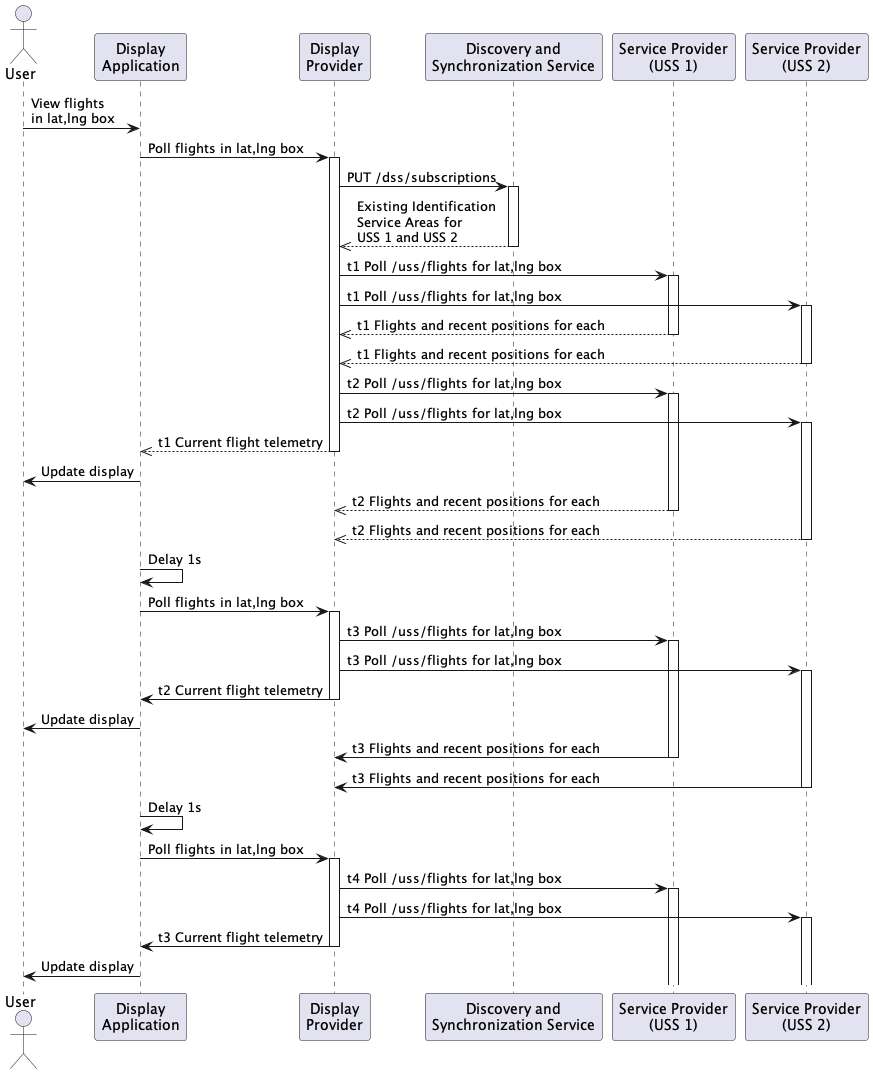
interuss/dss keeps this PlantUML diagram as assets/generated/rid_display.png. Above is the earlier version. Its diagram source:
```plantuml
@startuml
actor User
participant "Display\nApplication" as DA
participant "Display\nProvider" as DP
participant "Discovery and\nSynchronization Service" as DSS
participant "Service Provider\n(USS 1)" as SP1
participant "Service Provider\n(USS 2)" as SP2
User -> DA : View flights\nin lat,lng box

DA -> DP : Poll flights in lat,lng box
activate DP
DP -> DSS : PUT /dss/subscriptions
activate DSS
DSS -->> DP : Existing Identification\nService Areas for\nUSS 1 and USS 2
deactivate DSS

DP -> SP1 : t1 Poll /uss/flights for lat,lng box
activate SP1
DP -> SP2 : t1 Poll /uss/flights for lat,lng box
activate SP2
SP1 -->> DP : t1 Flights and recent positions for each
deactivate SP1
SP2 -->> DP : t1 Flights and recent positions for each
deactivate SP2

DP -> SP1 : t2 Poll /uss/flights for lat,lng box
activate SP1
DP -> SP2 : t2 Poll /uss/flights for lat,lng box
activate SP2
DP -->> DA : t1 Current flight telemetry
deactivate DP

DA -> User : Update display

SP1 -->> DP : t2 Flights and recent positions for each
deactivate SP1
SP2 -->> DP : t2 Flights and recent positions for each
deactivate SP2

DA -> DA : Delay 1s

DA -> DP : Poll flights in lat,lng box
activate DP
DP -> SP1 : t3 Poll /uss/flights for lat,lng box
activate SP1
DP -> SP2 : t3 Poll /uss/flights for lat,lng box
activate SP2
DP -> DA : t2 Current flight telemetry
deactivate DP

DA -> User : Update display

SP1 -> DP : t3 Flights and recent positions for each
deactivate SP1
SP2 -> DP : t3 Flights and recent positions for each
deactivate SP2

DA -> DA : Delay 1s
DA -> DP : Poll flights in lat,lng box
activate DP
DP -> SP1 : t4 Poll /uss/flights for lat,lng box
activate SP1
DP -> SP2 : t4 Poll /uss/flights for lat,lng box
activate SP2
DP -> DA : t3 Current flight telemetry
deactivate DP

DA -> User : Update display
@enduml
```
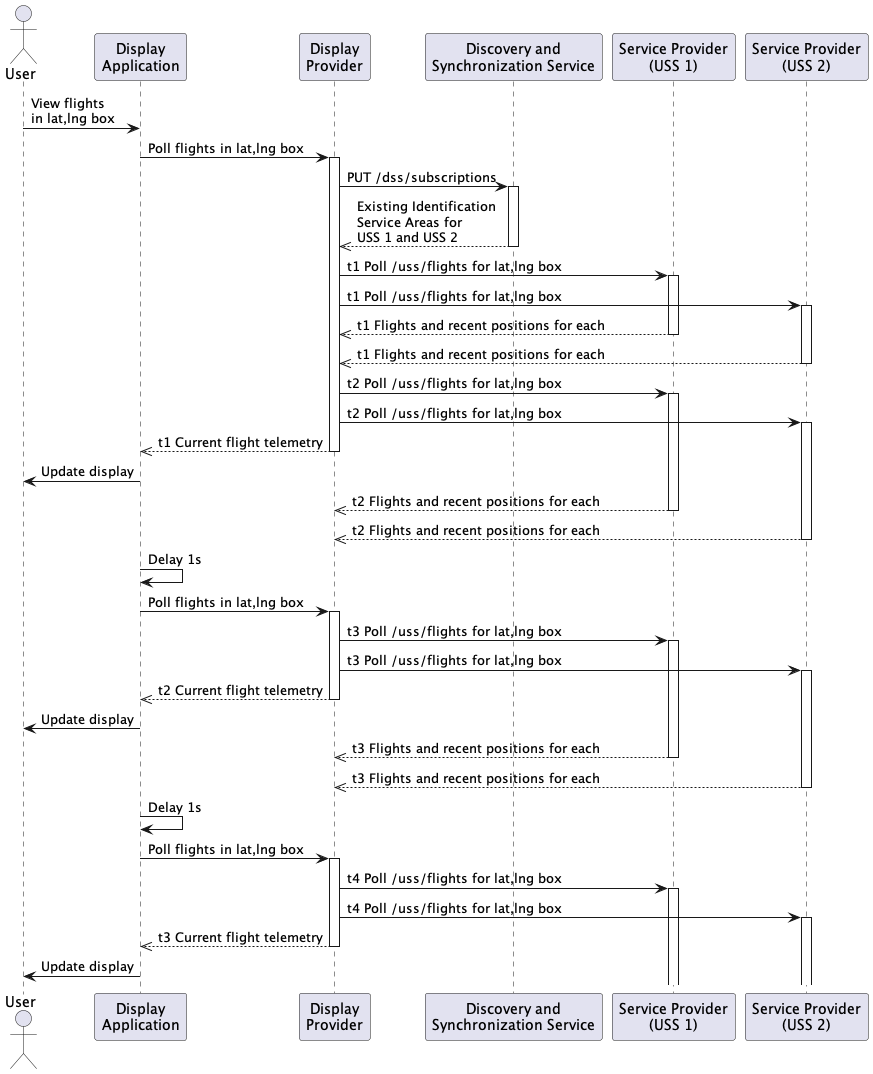
Above is the later version.

Commit message:
Bugs in arrow types fixed

The edit, as a diff of the source:
```diff
@@ -45,14 +45,14 @@
 activate SP1
 DP -> SP2 : t3 Poll /uss/flights for lat,lng box
 activate SP2
-DP -> DA : t2 Current flight telemetry
+DP -->> DA : t2 Current flight telemetry
 deactivate DP
 
 DA -> User : Update display
 
-SP1 -> DP : t3 Flights and recent positions for each
+SP1 -->> DP : t3 Flights and recent positions for each
 deactivate SP1
-SP2 -> DP : t3 Flights and recent positions for each
+SP2 -->> DP : t3 Flights and recent positions for each
 deactivate SP2
 
 DA -> DA : Delay 1s
@@ -62,7 +62,7 @@
 activate SP1
 DP -> SP2 : t4 Poll /uss/flights for lat,lng box
 activate SP2
-DP -> DA : t3 Current flight telemetry
+DP -->> DA : t3 Current flight telemetry
 deactivate DP
 
 DA -> User : Update display
```
